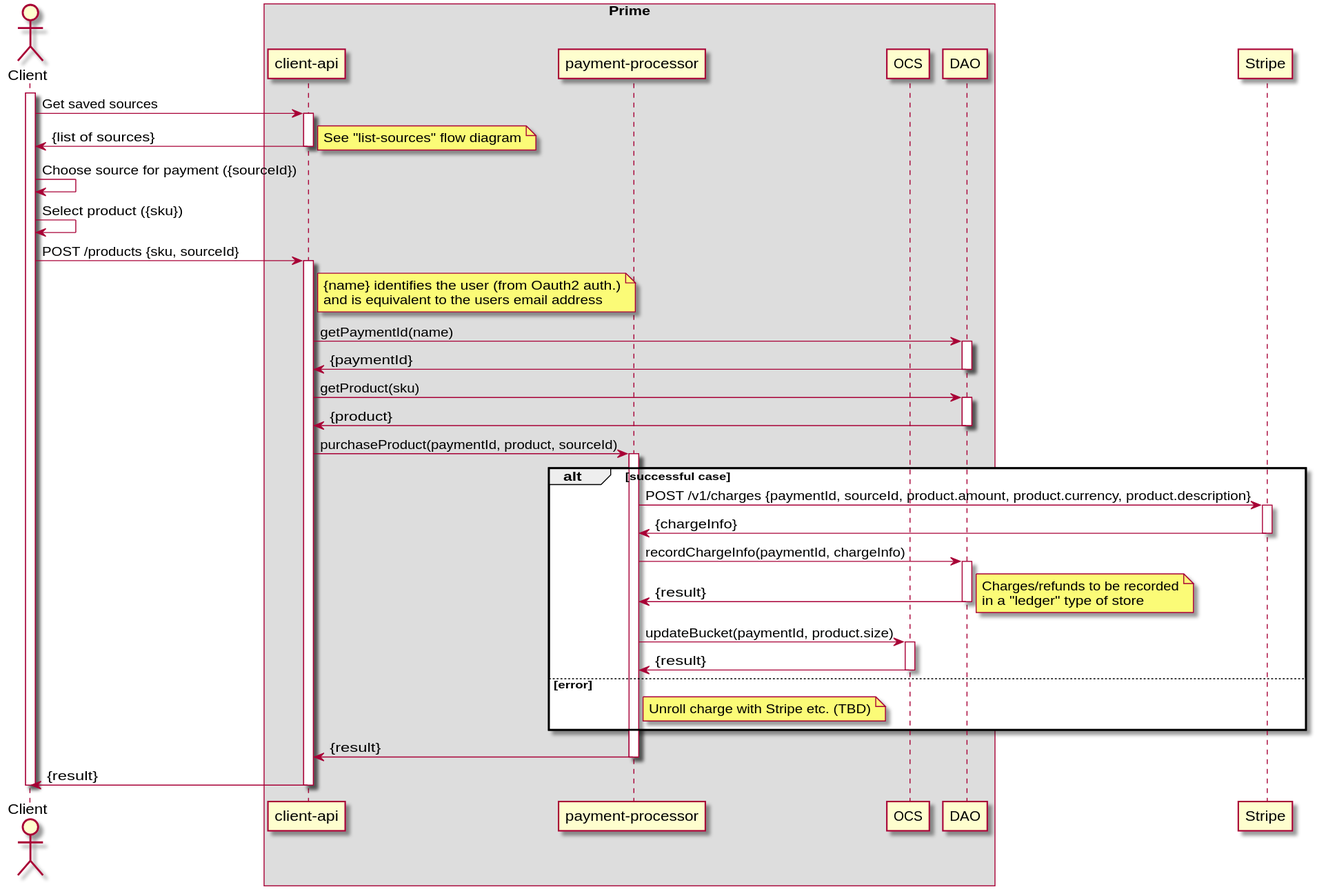
Before: payment-processor/doc/diagrams/purchase-with-saved-source.svg, a diagram exported from PlantUML (ostelco/ostelco-core).
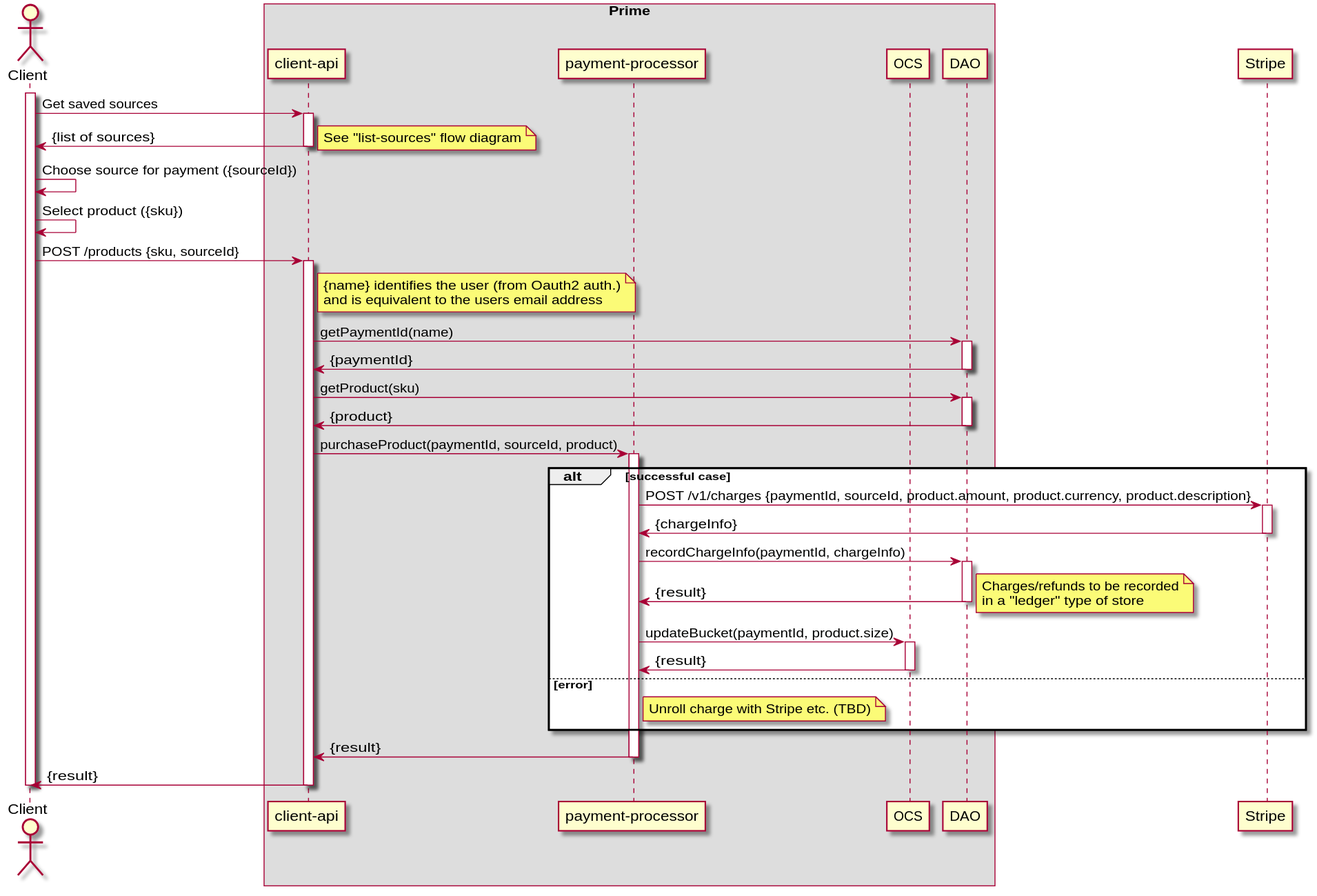
After the change.

Commit message:
Updates flow diagrams such that a subscriber will first be registered when buying its first product

Change to the diagram source:
```diff
@@ -39,7 +39,7 @@
     DAO -> "client-api" : {product}
     deactivate DAO
 
-    "client-api" -> "payment-processor" : purchaseProduct(paymentId, product, sourceId)
+    "client-api" -> "payment-processor" : purchaseProduct(paymentId, sourceId, product)
     activate "payment-processor"
 
     alt successful case
```
